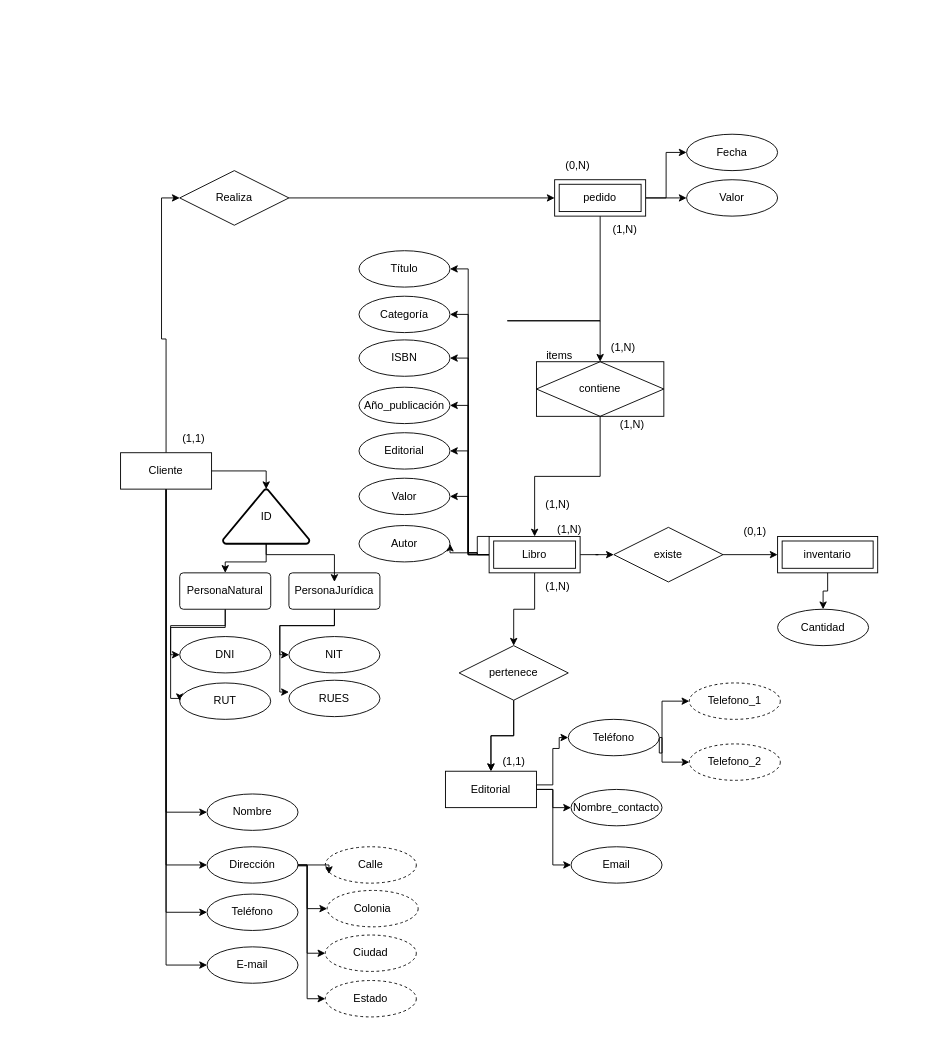
Before: modelo.drawio in MichMDLT/Modelaje-BaseDatos, a draw.io diagram. Source tidied: cells renumbered, new cells numbered last; positions are measured from the earlier drawing's top-left corner, leaving out a move shared by most shapes. Both pictures are drawn from the tidied source at 91%, with x=0, y=0 at pixel (120, 134).
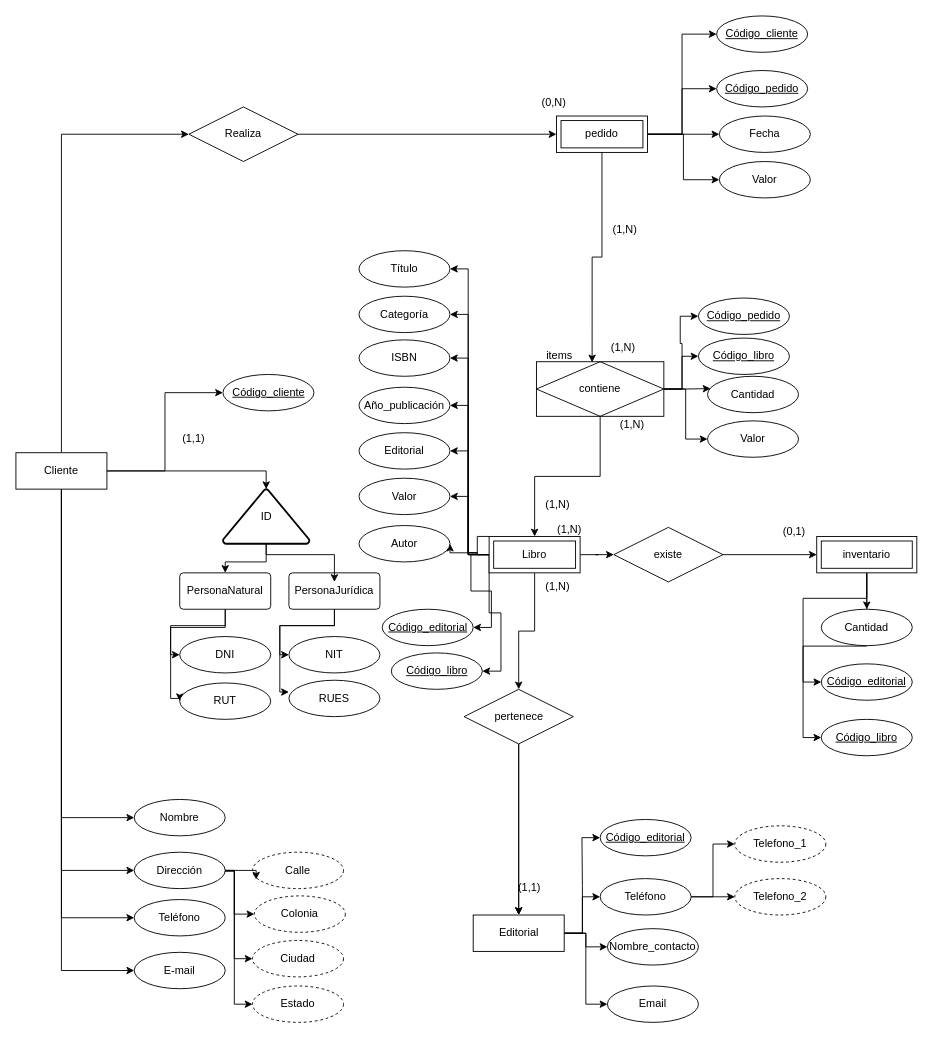
The same page after the edit.

The change refers to these unchanged cells:
```xml
<mxCell id="26" value="Libro" style="shape=ext;margin=3;double=1;whiteSpace=wrap;html=1;align=center;" parent="1" vertex="1">
  <mxGeometry x="405" y="442" width="100" height="40" as="geometry" />
</mxCell>
<mxCell id="43" value="contiene" style="shape=associativeEntity;whiteSpace=wrap;html=1;align=center;" parent="1" vertex="1">
  <mxGeometry x="457" y="250" width="140" height="60" as="geometry" />
</mxCell>
```

Diff of the diagram source:
```diff
@@
+    <mxCell id="91" style="edgeStyle=orthogonalEdgeStyle;rounded=0;jettySize=auto;html=1;exitX=1;exitY=0.5;exitDx=0;exitDy=0;entryX=0;entryY=0.5;entryDx=0;entryDy=0;" parent="1" edge="1" source="7" target="102">
+      <mxGeometry relative="1" as="geometry" />
+    </mxCell>
     <mxCell id="7" value="Cliente" style="whiteSpace=wrap;html=1;align=center;" parent="1" vertex="1">
-      <mxGeometry y="350" width="100" height="40" as="geometry" />
+      <mxGeometry x="-115" y="350" width="100" height="40" as="geometry" />
     </mxCell>
-    <mxCell id="8" style="edgeStyle=orthogonalEdgeStyle;rounded=0;jettySize=auto;html=1;exitX=0.5;exitY=1;exitDx=0;exitDy=0;entryX=0.5;entryY=0;entryDx=0;entryDy=0;" parent="1" edge="1" source="11" target="43">
-      <mxGeometry relative="1" as="geometry">
-        <Array as="points">
-          <mxPoint x="425" y="205" />
-          <mxPoint x="426" y="205" />
-        </Array>
-      </mxGeometry>
-    </mxCell>
@@
+    <mxCell id="92" style="edgeStyle=orthogonalEdgeStyle;rounded=0;jettySize=auto;html=1;exitX=1;exitY=0.5;exitDx=0;exitDy=0;entryX=0;entryY=0.5;entryDx=0;entryDy=0;" parent="1" edge="1" source="11" target="103">
+      <mxGeometry relative="1" as="geometry" />
+    </mxCell>
+    <mxCell id="93" style="edgeStyle=orthogonalEdgeStyle;rounded=0;jettySize=auto;html=1;exitX=1;exitY=0.5;exitDx=0;exitDy=0;entryX=0;entryY=0.5;entryDx=0;entryDy=0;" parent="1" edge="1" source="11" target="106">
+      <mxGeometry relative="1" as="geometry" />
+    </mxCell>
     <mxCell id="11" value="pedido" style="shape=ext;margin=3;double=1;whiteSpace=wrap;html=1;align=center;" parent="1" vertex="1">
-      <mxGeometry x="477" y="50" width="100" height="40" as="geometry" />
+      <mxGeometry x="479" y="-20" width="100" height="40" as="geometry" />
     </mxCell>
+    <mxCell id="94" style="edgeStyle=orthogonalEdgeStyle;rounded=0;jettySize=auto;html=1;exitX=1;exitY=0.5;exitDx=0;exitDy=0;entryX=0;entryY=0.5;entryDx=0;entryDy=0;" parent="1" edge="1" source="15" target="104">
+      <mxGeometry relative="1" as="geometry" />
+    </mxCell>
     <mxCell id="12" style="edgeStyle=orthogonalEdgeStyle;rounded=0;jettySize=auto;html=1;exitX=1;exitY=0.5;exitDx=0;exitDy=0;entryX=0;entryY=0.5;entryDx=0;entryDy=0;" parent="1" edge="1" source="15" target="86">
-      <mxGeometry relative="1" as="geometry">
-        <Array as="points">
-          <mxPoint x="475" y="715" />
-          <mxPoint x="475" y="675" />
-          <mxPoint x="482" y="675" />
-          <mxPoint x="482" y="663" />
-        </Array>
-      </mxGeometry>
+      <mxGeometry relative="1" as="geometry" />
     </mxCell>
     <mxCell id="13" style="edgeStyle=orthogonalEdgeStyle;rounded=0;jettySize=auto;html=1;exitX=1;exitY=0.5;exitDx=0;exitDy=0;entryX=0;entryY=0.5;entryDx=0;entryDy=0;" parent="1" edge="1" source="15" target="87">
-      <mxGeometry relative="1" as="geometry">
-        <Array as="points">
-          <mxPoint x="475" y="720" />
-          <mxPoint x="475" y="740" />
-        </Array>
-      </mxGeometry>
+      <mxGeometry relative="1" as="geometry" />
     </mxCell>
     <mxCell id="14" style="edgeStyle=orthogonalEdgeStyle;rounded=0;jettySize=auto;html=1;exitX=1;exitY=0.5;exitDx=0;exitDy=0;entryX=0;entryY=0.5;entryDx=0;entryDy=0;" parent="1" edge="1" source="15" target="88">
-      <mxGeometry relative="1" as="geometry">
-        <Array as="points">
-          <mxPoint x="475" y="720" />
-          <mxPoint x="475" y="803" />
-        </Array>
-      </mxGeometry>
+      <mxGeometry relative="1" as="geometry" />
     </mxCell>
     <mxCell id="15" value="Editorial" style="whiteSpace=wrap;html=1;align=center;" parent="1" vertex="1">
-      <mxGeometry x="357" y="700" width="100" height="40" as="geometry" />
+      <mxGeometry x="387.5" y="858" width="100" height="40" as="geometry" />
     </mxCell>
+    <mxCell id="95" style="edgeStyle=orthogonalEdgeStyle;rounded=0;jettySize=auto;html=1;exitX=0.5;exitY=1;exitDx=0;exitDy=0;entryX=0;entryY=0.5;entryDx=0;entryDy=0;" parent="1" edge="1" source="16" target="105">
+      <mxGeometry relative="1" as="geometry">
+        <Array as="points">
+          <mxPoint x="820" y="510" />
+          <mxPoint x="750" y="510" />
+          <mxPoint x="750" y="602" />
+        </Array>
+      </mxGeometry>
+    </mxCell>
+    <mxCell id="96" style="edgeStyle=orthogonalEdgeStyle;rounded=0;jettySize=auto;html=1;exitX=0.5;exitY=1;exitDx=0;exitDy=0;entryX=0;entryY=0.5;entryDx=0;entryDy=0;" parent="1" edge="1" source="16" target="112">
+      <mxGeometry relative="1" as="geometry" />
+    </mxCell>
     <mxCell id="16" value="inventario" style="shape=ext;margin=3;double=1;whiteSpace=wrap;html=1;align=center;" parent="1" vertex="1">
-      <mxGeometry x="722" y="442" width="110" height="40" as="geometry" />
+      <mxGeometry x="765" y="442" width="110" height="40" as="geometry" />
     </mxCell>
@@
+    <mxCell id="97" style="edgeStyle=orthogonalEdgeStyle;rounded=0;jettySize=auto;html=1;exitX=0;exitY=0.5;exitDx=0;exitDy=0;entryX=1;entryY=0.5;entryDx=0;entryDy=0;" parent="1" edge="1" source="26" target="111">
+      <mxGeometry relative="1" as="geometry" />
+    </mxCell>
+    <mxCell id="98" style="edgeStyle=orthogonalEdgeStyle;rounded=0;jettySize=auto;html=1;exitX=0;exitY=0.5;exitDx=0;exitDy=0;entryX=1;entryY=0.5;entryDx=0;entryDy=0;" parent="1" edge="1" source="26" target="113">
+      <mxGeometry relative="1" as="geometry">
+        <Array as="points">
+          <mxPoint x="405" y="526" />
+          <mxPoint x="418" y="526" />
+          <mxPoint x="418" y="590" />
+        </Array>
+      </mxGeometry>
+    </mxCell>
@@
     <mxCell id="28" value="Realiza" style="shape=rhombus;perimeter=rhombusPerimeter;whiteSpace=wrap;html=1;align=center;" parent="1" vertex="1">
-      <mxGeometry x="65" y="40" width="120" height="60" as="geometry" />
+      <mxGeometry x="75" y="-30" width="120" height="60" as="geometry" />
     </mxCell>
@@
     <mxCell id="30" value="(0,N)" style="text;html=1;align=center;verticalAlign=middle;strokeColor=none;fillColor=none;" parent="1" vertex="1">
-      <mxGeometry x="477" y="20" width="50" height="30" as="geometry" />
+      <mxGeometry x="450.5" y="-50" width="50" height="30" as="geometry" />
     </mxCell>
@@
     <mxCell id="36" value="pertenece" style="shape=rhombus;perimeter=rhombusPerimeter;whiteSpace=wrap;html=1;align=center;" parent="1" vertex="1">
-      <mxGeometry x="372" y="562" width="120" height="60" as="geometry" />
+      <mxGeometry x="377.5" y="610" width="120" height="60" as="geometry" />
     </mxCell>
@@
     <mxCell id="38" value="(1,1)" style="text;html=1;align=center;verticalAlign=middle;strokeColor=none;fillColor=none;" parent="1" vertex="1">
-      <mxGeometry x="407" y="675" width="50" height="30" as="geometry" />
+      <mxGeometry x="423.5" y="813" width="50" height="30" as="geometry" />
     </mxCell>
@@
     <mxCell id="42" value="(0,1)" style="text;html=1;align=center;verticalAlign=middle;strokeColor=none;fillColor=none;" parent="1" vertex="1">
-      <mxGeometry x="672" y="422" width="50" height="30" as="geometry" />
+      <mxGeometry x="715" y="422" width="50" height="30" as="geometry" />
     </mxCell>
+    <mxCell id="99" style="edgeStyle=orthogonalEdgeStyle;rounded=0;jettySize=auto;html=1;exitX=1;exitY=0.5;exitDx=0;exitDy=0;entryX=0;entryY=0.5;entryDx=0;entryDy=0;" parent="1" edge="1" source="43" target="107">
+      <mxGeometry relative="1" as="geometry" />
+    </mxCell>
+    <mxCell id="100" style="edgeStyle=orthogonalEdgeStyle;rounded=0;jettySize=auto;html=1;exitX=1;exitY=0.5;exitDx=0;exitDy=0;entryX=0;entryY=0.5;entryDx=0;entryDy=0;" parent="1" edge="1" source="43" target="114">
+      <mxGeometry relative="1" as="geometry" />
+    </mxCell>
+    <mxCell id="101" style="edgeStyle=orthogonalEdgeStyle;rounded=0;jettySize=auto;html=1;exitX=1;exitY=0.5;exitDx=0;exitDy=0;entryX=0;entryY=0.5;entryDx=0;entryDy=0;" parent="1" edge="1" source="43" target="110">
+      <mxGeometry relative="1" as="geometry" />
+    </mxCell>
@@
     <mxCell id="47" value="Nombre" style="ellipse;whiteSpace=wrap;html=1;align=center;" parent="1" vertex="1">
-      <mxGeometry x="95" y="725" width="100" height="40" as="geometry" />
+      <mxGeometry x="15" y="731" width="100" height="40" as="geometry" />
     </mxCell>
     <mxCell id="48" style="edgeStyle=orthogonalEdgeStyle;rounded=0;jettySize=auto;html=1;exitX=1;exitY=0.5;exitDx=0;exitDy=0;entryX=0;entryY=0.5;entryDx=0;entryDy=0;" parent="1" edge="1" source="51" target="55">
       <mxGeometry relative="1" as="geometry">
         <Array as="points">
-          <mxPoint x="205" y="803" />
-          <mxPoint x="205" y="851" />
+          <mxPoint x="125" y="809" />
+          <mxPoint x="125" y="857" />
         </Array>
       </mxGeometry>
     </mxCell>
     <mxCell id="49" style="edgeStyle=orthogonalEdgeStyle;rounded=0;jettySize=auto;html=1;exitX=1;exitY=0.5;exitDx=0;exitDy=0;entryX=0;entryY=0.5;entryDx=0;entryDy=0;" parent="1" edge="1" source="51" target="57">
       <mxGeometry relative="1" as="geometry">
         <Array as="points">
-          <mxPoint x="205" y="803" />
-          <mxPoint x="205" y="900" />
+          <mxPoint x="125" y="809" />
+          <mxPoint x="125" y="906" />
         </Array>
       </mxGeometry>
     </mxCell>
     <mxCell id="50" style="edgeStyle=orthogonalEdgeStyle;rounded=0;jettySize=auto;html=1;exitX=1;exitY=0.5;exitDx=0;exitDy=0;entryX=0;entryY=0.5;entryDx=0;entryDy=0;" parent="1" edge="1" target="56">
       <mxGeometry relative="1" as="geometry">
-        <mxPoint x="175" y="803" as="sourcePoint" />
+        <mxPoint x="95" y="809" as="sourcePoint" />
         <Array as="points">
-          <mxPoint x="175" y="804" />
-          <mxPoint x="205" y="804" />
-          <mxPoint x="205" y="950" />
+          <mxPoint x="95" y="810" />
+          <mxPoint x="125" y="810" />
+          <mxPoint x="125" y="956" />
         </Array>
       </mxGeometry>
     </mxCell>
     <mxCell id="51" value="Dirección" style="ellipse;whiteSpace=wrap;html=1;align=center;" parent="1" vertex="1">
-      <mxGeometry x="95" y="783" width="100" height="40" as="geometry" />
+      <mxGeometry x="15" y="789" width="100" height="40" as="geometry" />
     </mxCell>
     <mxCell id="52" value="Teléfono" style="ellipse;whiteSpace=wrap;html=1;align=center;" parent="1" vertex="1">
-      <mxGeometry x="95" y="835" width="100" height="40" as="geometry" />
+      <mxGeometry x="15" y="841" width="100" height="40" as="geometry" />
     </mxCell>
     <mxCell id="53" value="E-mail" style="ellipse;whiteSpace=wrap;html=1;align=center;" parent="1" vertex="1">
-      <mxGeometry x="95" y="893" width="100" height="40" as="geometry" />
+      <mxGeometry x="15" y="899" width="100" height="40" as="geometry" />
     </mxCell>
     <mxCell id="54" value="Calle" style="ellipse;whiteSpace=wrap;html=1;align=center;dashed=1;" parent="1" vertex="1">
-      <mxGeometry x="225" y="783" width="100" height="40" as="geometry" />
+      <mxGeometry x="145" y="789" width="100" height="40" as="geometry" />
     </mxCell>
     <mxCell id="55" value="Colonia" style="ellipse;whiteSpace=wrap;html=1;align=center;dashed=1;" parent="1" vertex="1">
-      <mxGeometry x="227" y="831" width="100" height="40" as="geometry" />
+      <mxGeometry x="147" y="837" width="100" height="40" as="geometry" />
     </mxCell>
     <mxCell id="56" value="Estado" style="ellipse;whiteSpace=wrap;html=1;align=center;dashed=1;" parent="1" vertex="1">
-      <mxGeometry x="225" y="930" width="100" height="40" as="geometry" />
+      <mxGeometry x="145" y="936" width="100" height="40" as="geometry" />
     </mxCell>
     <mxCell id="57" value="Ciudad" style="ellipse;whiteSpace=wrap;html=1;align=center;dashed=1;" parent="1" vertex="1">
-      <mxGeometry x="225" y="880" width="100" height="40" as="geometry" />
+      <mxGeometry x="145" y="886" width="100" height="40" as="geometry" />
     </mxCell>
@@
     <mxCell id="73" value="Fecha" style="ellipse;whiteSpace=wrap;html=1;align=center;" parent="1" vertex="1">
-      <mxGeometry x="622" width="100" height="40" as="geometry" />
+      <mxGeometry x="658" y="-20" width="100" height="40" as="geometry" />
     </mxCell>
     <mxCell id="74" value="Valor" style="ellipse;whiteSpace=wrap;html=1;align=center;" parent="1" vertex="1">
-      <mxGeometry x="622" y="50" width="100" height="40" as="geometry" />
+      <mxGeometry x="658" y="30" width="100" height="40" as="geometry" />
     </mxCell>
     <mxCell id="75" value="Cantidad" style="ellipse;whiteSpace=wrap;html=1;align=center;" parent="1" vertex="1">
-      <mxGeometry x="722" y="522" width="100" height="40" as="geometry" />
+      <mxGeometry x="770" y="522" width="100" height="40" as="geometry" />
     </mxCell>
@@
     <mxCell id="84" style="edgeStyle=orthogonalEdgeStyle;rounded=0;jettySize=auto;html=1;exitX=1;exitY=0.5;exitDx=0;exitDy=0;entryX=0;entryY=0.5;entryDx=0;entryDy=0;" parent="1" edge="1" source="86" target="89">
-      <mxGeometry relative="1" as="geometry">
-        <Array as="points">
-          <mxPoint x="592" y="680" />
-          <mxPoint x="595" y="680" />
-          <mxPoint x="595" y="623" />
-        </Array>
-      </mxGeometry>
+      <mxGeometry relative="1" as="geometry" />
     </mxCell>
     <mxCell id="85" style="edgeStyle=orthogonalEdgeStyle;rounded=0;jettySize=auto;html=1;exitX=1;exitY=0.5;exitDx=0;exitDy=0;entryX=0;entryY=0.5;entryDx=0;entryDy=0;" parent="1" edge="1" source="86" target="90">
-      <mxGeometry relative="1" as="geometry">
-        <Array as="points">
-          <mxPoint x="595" y="663" />
-          <mxPoint x="595" y="690" />
-        </Array>
-      </mxGeometry>
+      <mxGeometry relative="1" as="geometry" />
     </mxCell>
     <mxCell id="86" value="Teléfono" style="ellipse;whiteSpace=wrap;html=1;align=center;" parent="1" vertex="1">
-      <mxGeometry x="492" y="643" width="100" height="40" as="geometry" />
+      <mxGeometry x="527" y="818" width="100" height="40" as="geometry" />
     </mxCell>
     <mxCell id="87" value="Nombre_contacto" style="ellipse;whiteSpace=wrap;html=1;align=center;" parent="1" vertex="1">
-      <mxGeometry x="495" y="720" width="100" height="40" as="geometry" />
+      <mxGeometry x="535" y="873" width="100" height="40" as="geometry" />
     </mxCell>
     <mxCell id="88" value="Email" style="ellipse;whiteSpace=wrap;html=1;align=center;" parent="1" vertex="1">
-      <mxGeometry x="495" y="783" width="100" height="40" as="geometry" />
+      <mxGeometry x="535" y="936" width="100" height="40" as="geometry" />
     </mxCell>
     <mxCell id="89" value="Telefono_1" style="ellipse;whiteSpace=wrap;html=1;align=center;dashed=1;" parent="1" vertex="1">
-      <mxGeometry x="625" y="603" width="100" height="40" as="geometry" />
+      <mxGeometry x="675" y="760" width="100" height="40" as="geometry" />
     </mxCell>
     <mxCell id="90" value="Telefono_2" style="ellipse;whiteSpace=wrap;html=1;align=center;dashed=1;" parent="1" vertex="1">
-      <mxGeometry x="625" y="670" width="100" height="40" as="geometry" />
+      <mxGeometry x="675" y="818" width="100" height="40" as="geometry" />
     </mxCell>
+    <mxCell id="102" value="Código_cliente" style="ellipse;whiteSpace=wrap;html=1;align=center;fontStyle=4;" parent="1" vertex="1">
+      <mxGeometry x="112.5" y="264" width="100" height="40" as="geometry" />
+    </mxCell>
+    <mxCell id="103" value="Código_cliente" style="ellipse;whiteSpace=wrap;html=1;align=center;fontStyle=4;" parent="1" vertex="1">
+      <mxGeometry x="655" y="-130" width="100" height="40" as="geometry" />
+    </mxCell>
+    <mxCell id="104" value="Código_editorial" style="ellipse;whiteSpace=wrap;html=1;align=center;fontStyle=4;" parent="1" vertex="1">
+      <mxGeometry x="527" y="753" width="100" height="40" as="geometry" />
+    </mxCell>
+    <mxCell id="105" value="Código_editorial" style="ellipse;whiteSpace=wrap;html=1;align=center;fontStyle=4;" parent="1" vertex="1">
+      <mxGeometry x="770" y="582" width="100" height="40" as="geometry" />
+    </mxCell>
+    <mxCell id="106" value="Código_pedido" style="ellipse;whiteSpace=wrap;html=1;align=center;fontStyle=4;" parent="1" vertex="1">
+      <mxGeometry x="655" y="-70" width="100" height="40" as="geometry" />
+    </mxCell>
+    <mxCell id="107" value="Valor" style="ellipse;whiteSpace=wrap;html=1;align=center;" parent="1" vertex="1">
+      <mxGeometry x="645" y="315" width="100" height="40" as="geometry" />
+    </mxCell>
+    <mxCell id="108" value="Cantidad" style="ellipse;whiteSpace=wrap;html=1;align=center;" parent="1" vertex="1">
+      <mxGeometry x="645" y="266" width="100" height="40" as="geometry" />
+    </mxCell>
+    <mxCell id="109" style="edgeStyle=orthogonalEdgeStyle;rounded=0;jettySize=auto;html=1;exitX=1;exitY=0.5;exitDx=0;exitDy=0;entryX=0.033;entryY=0.338;entryDx=0;entryDy=0;entryPerimeter=0;" parent="1" edge="1" source="43" target="108">
+      <mxGeometry relative="1" as="geometry" />
+    </mxCell>
+    <mxCell id="110" value="Código_pedido" style="ellipse;whiteSpace=wrap;html=1;align=center;fontStyle=4;" parent="1" vertex="1">
+      <mxGeometry x="635" y="180" width="100" height="40" as="geometry" />
+    </mxCell>
+    <mxCell id="111" value="Código_editorial" style="ellipse;whiteSpace=wrap;html=1;align=center;fontStyle=4;" parent="1" vertex="1">
+      <mxGeometry x="287.5" y="522" width="100" height="40" as="geometry" />
+    </mxCell>
+    <mxCell id="112" value="Código_libro" style="ellipse;whiteSpace=wrap;html=1;align=center;fontStyle=4;" parent="1" vertex="1">
+      <mxGeometry x="770" y="643" width="100" height="40" as="geometry" />
+    </mxCell>
+    <mxCell id="113" value="Código_libro" style="ellipse;whiteSpace=wrap;html=1;align=center;fontStyle=4;" parent="1" vertex="1">
+      <mxGeometry x="297.5" y="570" width="100" height="40" as="geometry" />
+    </mxCell>
+    <mxCell id="114" value="Código_libro" style="ellipse;whiteSpace=wrap;html=1;align=center;fontStyle=4;" parent="1" vertex="1">
+      <mxGeometry x="635" y="224" width="100" height="40" as="geometry" />
+    </mxCell>
+    <mxCell id="8" style="edgeStyle=orthogonalEdgeStyle;rounded=0;jettySize=auto;html=1;exitX=0.5;exitY=1;exitDx=0;exitDy=0;entryX=0.437;entryY=0.012;entryDx=0;entryDy=0;entryPerimeter=0;" parent="1" edge="1" source="11" target="43">
+      <mxGeometry relative="1" as="geometry" />
+    </mxCell>
```
